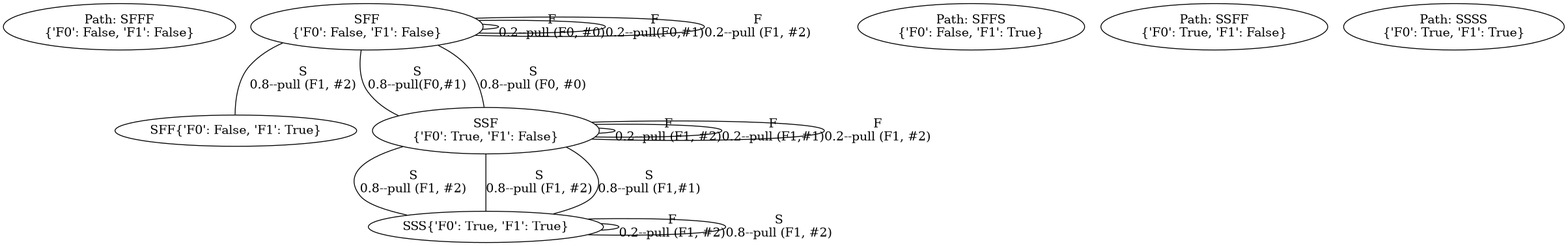
This is G.gv.png from YasinBoloorchi/WARP-Simulator, a Graphviz export, as it was before one commit. Its source is kept beside it as G.gv.
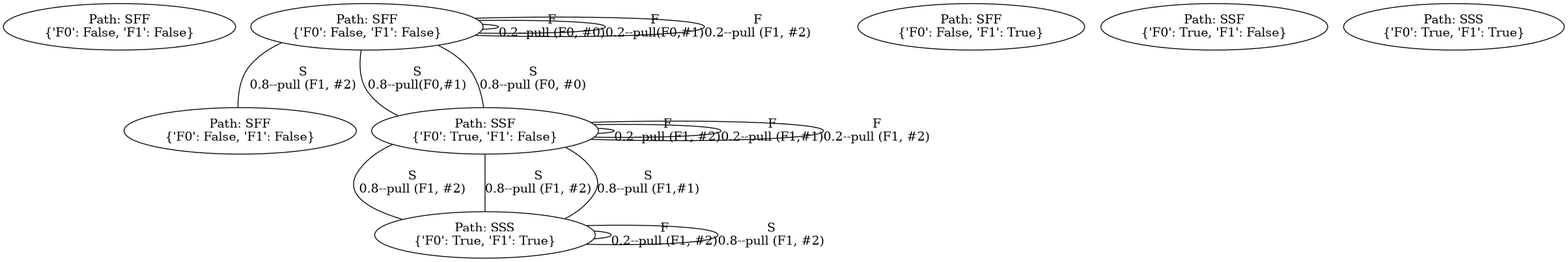
The same diagram one commit later.

Diff of the diagram source:
```diff
@@ -1,81 +1,88 @@
 graph G {
-	"{'F0': False, 'F1': False}" [label="Path: S
+	"{'F0': False, 'F1': False}" [label="Path:
 {'F0': False, 'F1': False}"]
-	FF [label="S
+	FF [label="Path: S
 {'F0': False, 'F1': False}"]
 	FF -- FF [label="F
 0.2--pull (F0, #0)"]
-	"{'F0': False, 'F1': False}" [label="Path: SF
+	"{'F0': False, 'F1': False}" [label="Path: S
 {'F0': False, 'F1': False}"]
-	FF [label="SF
+	FF [label="Path: SF
 {'F0': False, 'F1': False}"]
 	FF -- FF [label="F
 0.2--pull(F0,#1)"]
-	"{'F0': False, 'F1': False}" [label="Path: SFF
+	"{'F0': False, 'F1': False}" [label="Path: SF
 {'F0': False, 'F1': False}"]
-	FF [label="SFF
+	FF [label="Path: SFF
 {'F0': False, 'F1': False}"]
 	FF -- FF [label="F
 0.2--pull (F1, #2)"]
-	"{'F0': False, 'F1': False}" [label="Path: SFFF
+	"{'F0': False, 'F1': False}" [label="Path: SFF
 {'F0': False, 'F1': False}"]
-	FT [label="SFF{'F0': False, 'F1': True}"]
+	FT [label="Path: SFF
+{'F0': False, 'F1': False}"]
 	FF -- FT [label="S
 0.8--pull (F1, #2)"]
-	"{'F0': False, 'F1': True}" [label="Path: SFFS
+	"{'F0': False, 'F1': True}" [label="Path: SFF
 {'F0': False, 'F1': True}"]
-	TF [label="SF{'F0': True, 'F1': False}"]
+	TF [label="Path: SF
+{'F0': False, 'F1': False}"]
 	FF -- TF [label="S
 0.8--pull(F0,#1)"]
-	"{'F0': True, 'F1': False}" [label="Path: SFS
+	"{'F0': True, 'F1': False}" [label="Path: SF
 {'F0': True, 'F1': False}"]
-	TF [label="SFS
+	TF [label="Path: SFS
 {'F0': True, 'F1': False}"]
 	TF -- TF [label="F
 0.2--pull (F1, #2)"]
-	"{'F0': True, 'F1': False}" [label="Path: SFSF
+	"{'F0': True, 'F1': False}" [label="Path: SFS
 {'F0': True, 'F1': False}"]
-	TT [label="SFS{'F0': True, 'F1': True}"]
+	TT [label="Path: SFS
+{'F0': True, 'F1': False}"]
 	TF -- TT [label="S
 0.8--pull (F1, #2)"]
-	"{'F0': True, 'F1': True}" [label="Path: SFSS
+	"{'F0': True, 'F1': True}" [label="Path: SFS
 {'F0': True, 'F1': True}"]
-	TF [label="S{'F0': True, 'F1': False}"]
+	TF [label="Path: S
+{'F0': False, 'F1': False}"]
 	FF -- TF [label="S
 0.8--pull (F0, #0)"]
-	"{'F0': True, 'F1': False}" [label="Path: SS
+	"{'F0': True, 'F1': False}" [label="Path: S
 {'F0': True, 'F1': False}"]
-	TF [label="SS
+	TF [label="Path: SS
 {'F0': True, 'F1': False}"]
 	TF -- TF [label="F
 0.2--pull (F1,#1)"]
-	"{'F0': True, 'F1': False}" [label="Path: SSF
+	"{'F0': True, 'F1': False}" [label="Path: SS
 {'F0': True, 'F1': False}"]
-	TF [label="SSF
+	TF [label="Path: SSF
 {'F0': True, 'F1': False}"]
 	TF -- TF [label="F
 0.2--pull (F1, #2)"]
-	"{'F0': True, 'F1': False}" [label="Path: SSFF
+	"{'F0': True, 'F1': False}" [label="Path: SSF
 {'F0': True, 'F1': False}"]
-	TT [label="SSF{'F0': True, 'F1': True}"]
+	TT [label="Path: SSF
+{'F0': True, 'F1': False}"]
 	TF -- TT [label="S
 0.8--pull (F1, #2)"]
-	"{'F0': True, 'F1': True}" [label="Path: SSFS
+	"{'F0': True, 'F1': True}" [label="Path: SSF
 {'F0': True, 'F1': True}"]
-	TT [label="SS{'F0': True, 'F1': True}"]
+	TT [label="Path: SS
+{'F0': True, 'F1': False}"]
 	TF -- TT [label="S
 0.8--pull (F1,#1)"]
-	"{'F0': True, 'F1': True}" [label="Path: SSS
+	"{'F0': True, 'F1': True}" [label="Path: SS
 {'F0': True, 'F1': True}"]
-	TT [label="SSS
+	TT [label="Path: SSS
 {'F0': True, 'F1': True}"]
 	TT -- TT [label="F
 0.2--pull (F1, #2)"]
-	"{'F0': True, 'F1': True}" [label="Path: SSSF
+	"{'F0': True, 'F1': True}" [label="Path: SSS
 {'F0': True, 'F1': True}"]
-	TT [label="SSS{'F0': True, 'F1': True}"]
+	TT [label="Path: SSS
+{'F0': True, 'F1': True}"]
 	TT -- TT [label="S
 0.8--pull (F1, #2)"]
-	"{'F0': True, 'F1': True}" [label="Path: SSSS
+	"{'F0': True, 'F1': True}" [label="Path: SSS
 {'F0': True, 'F1': True}"]
 }
```
